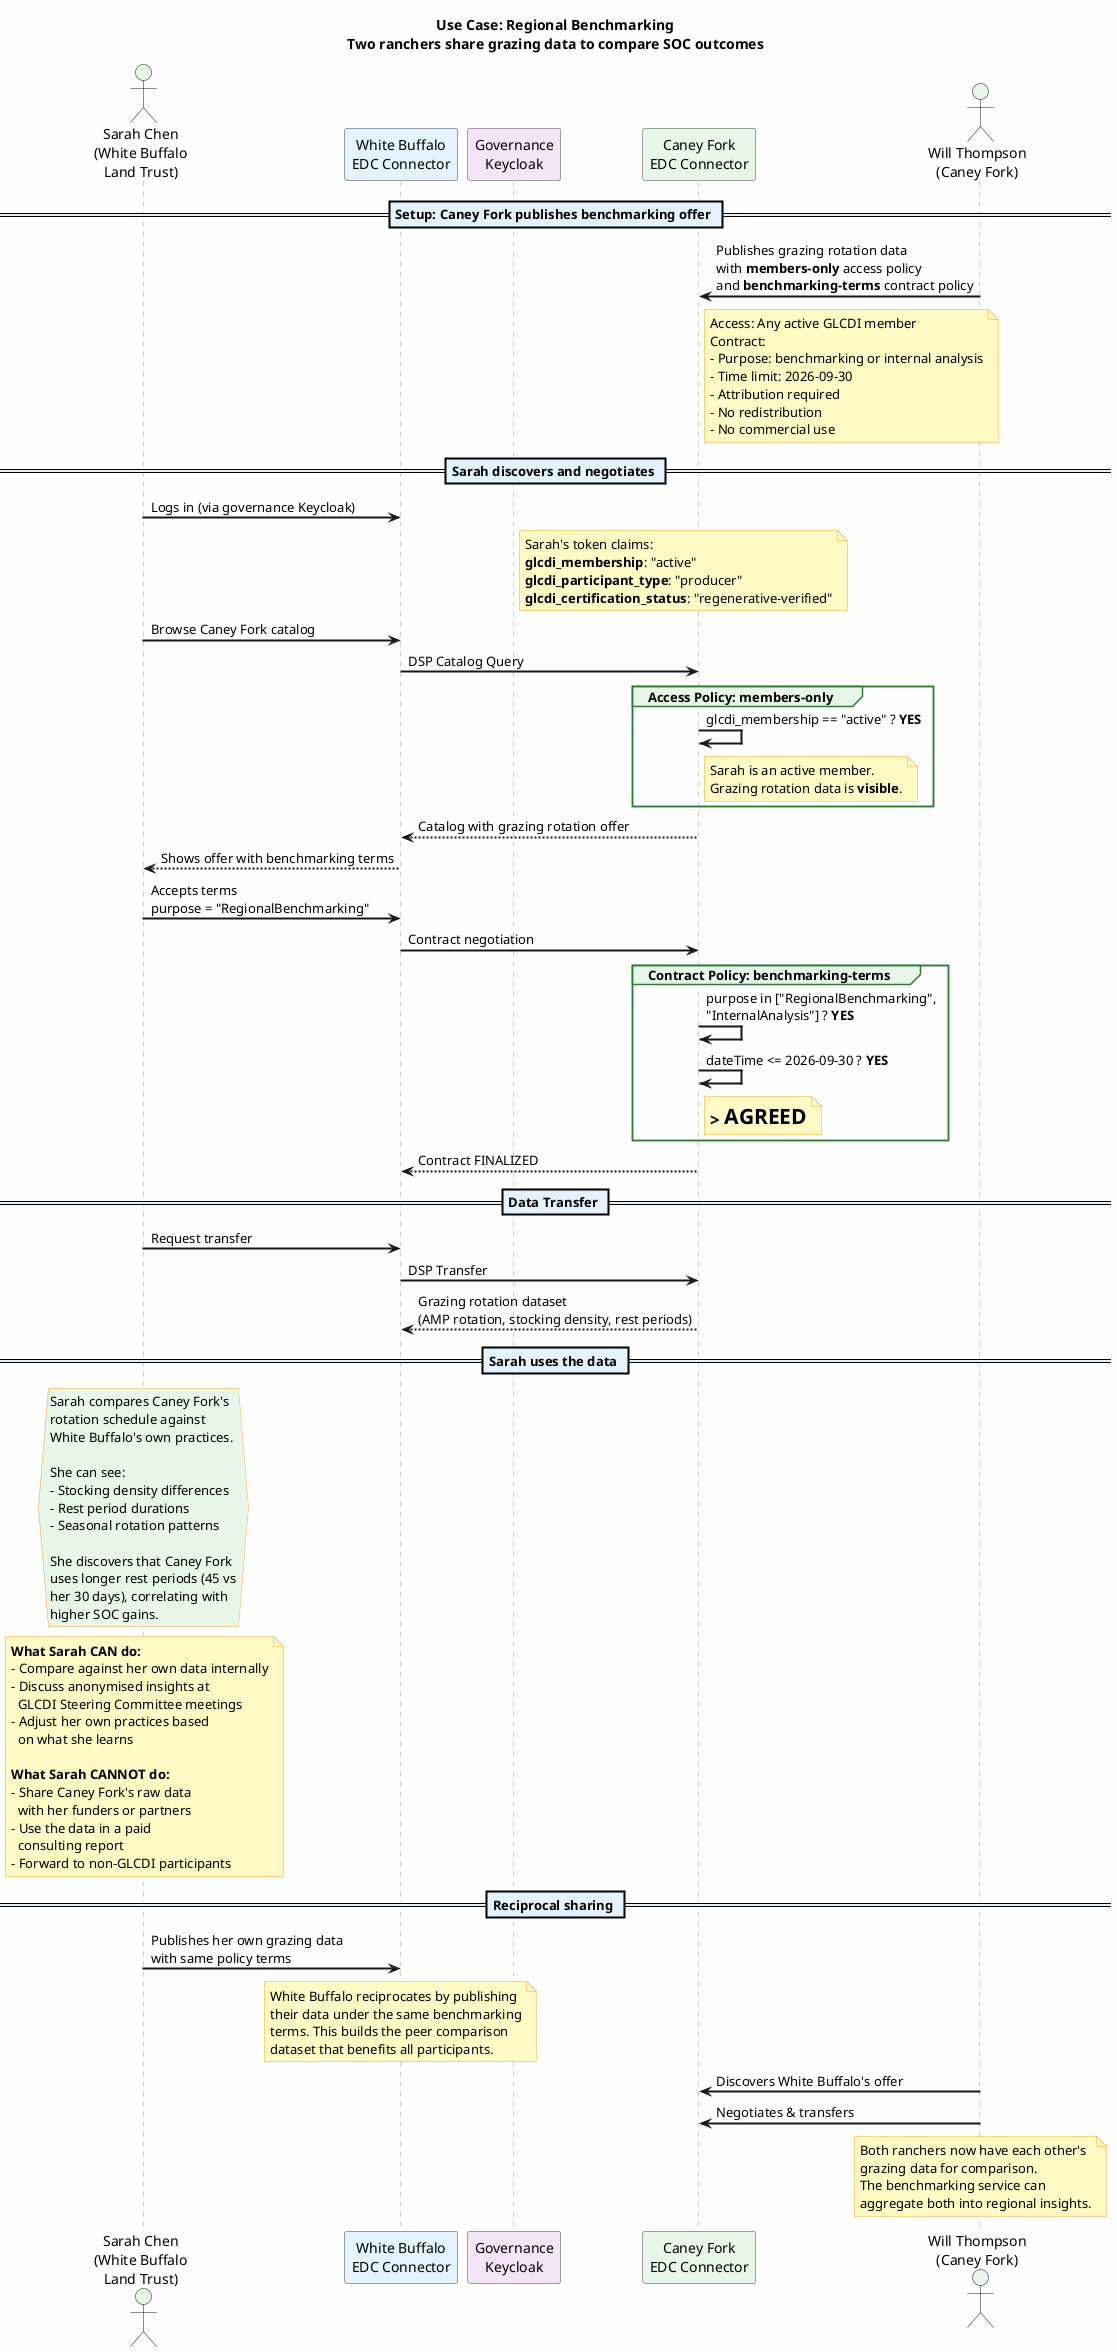
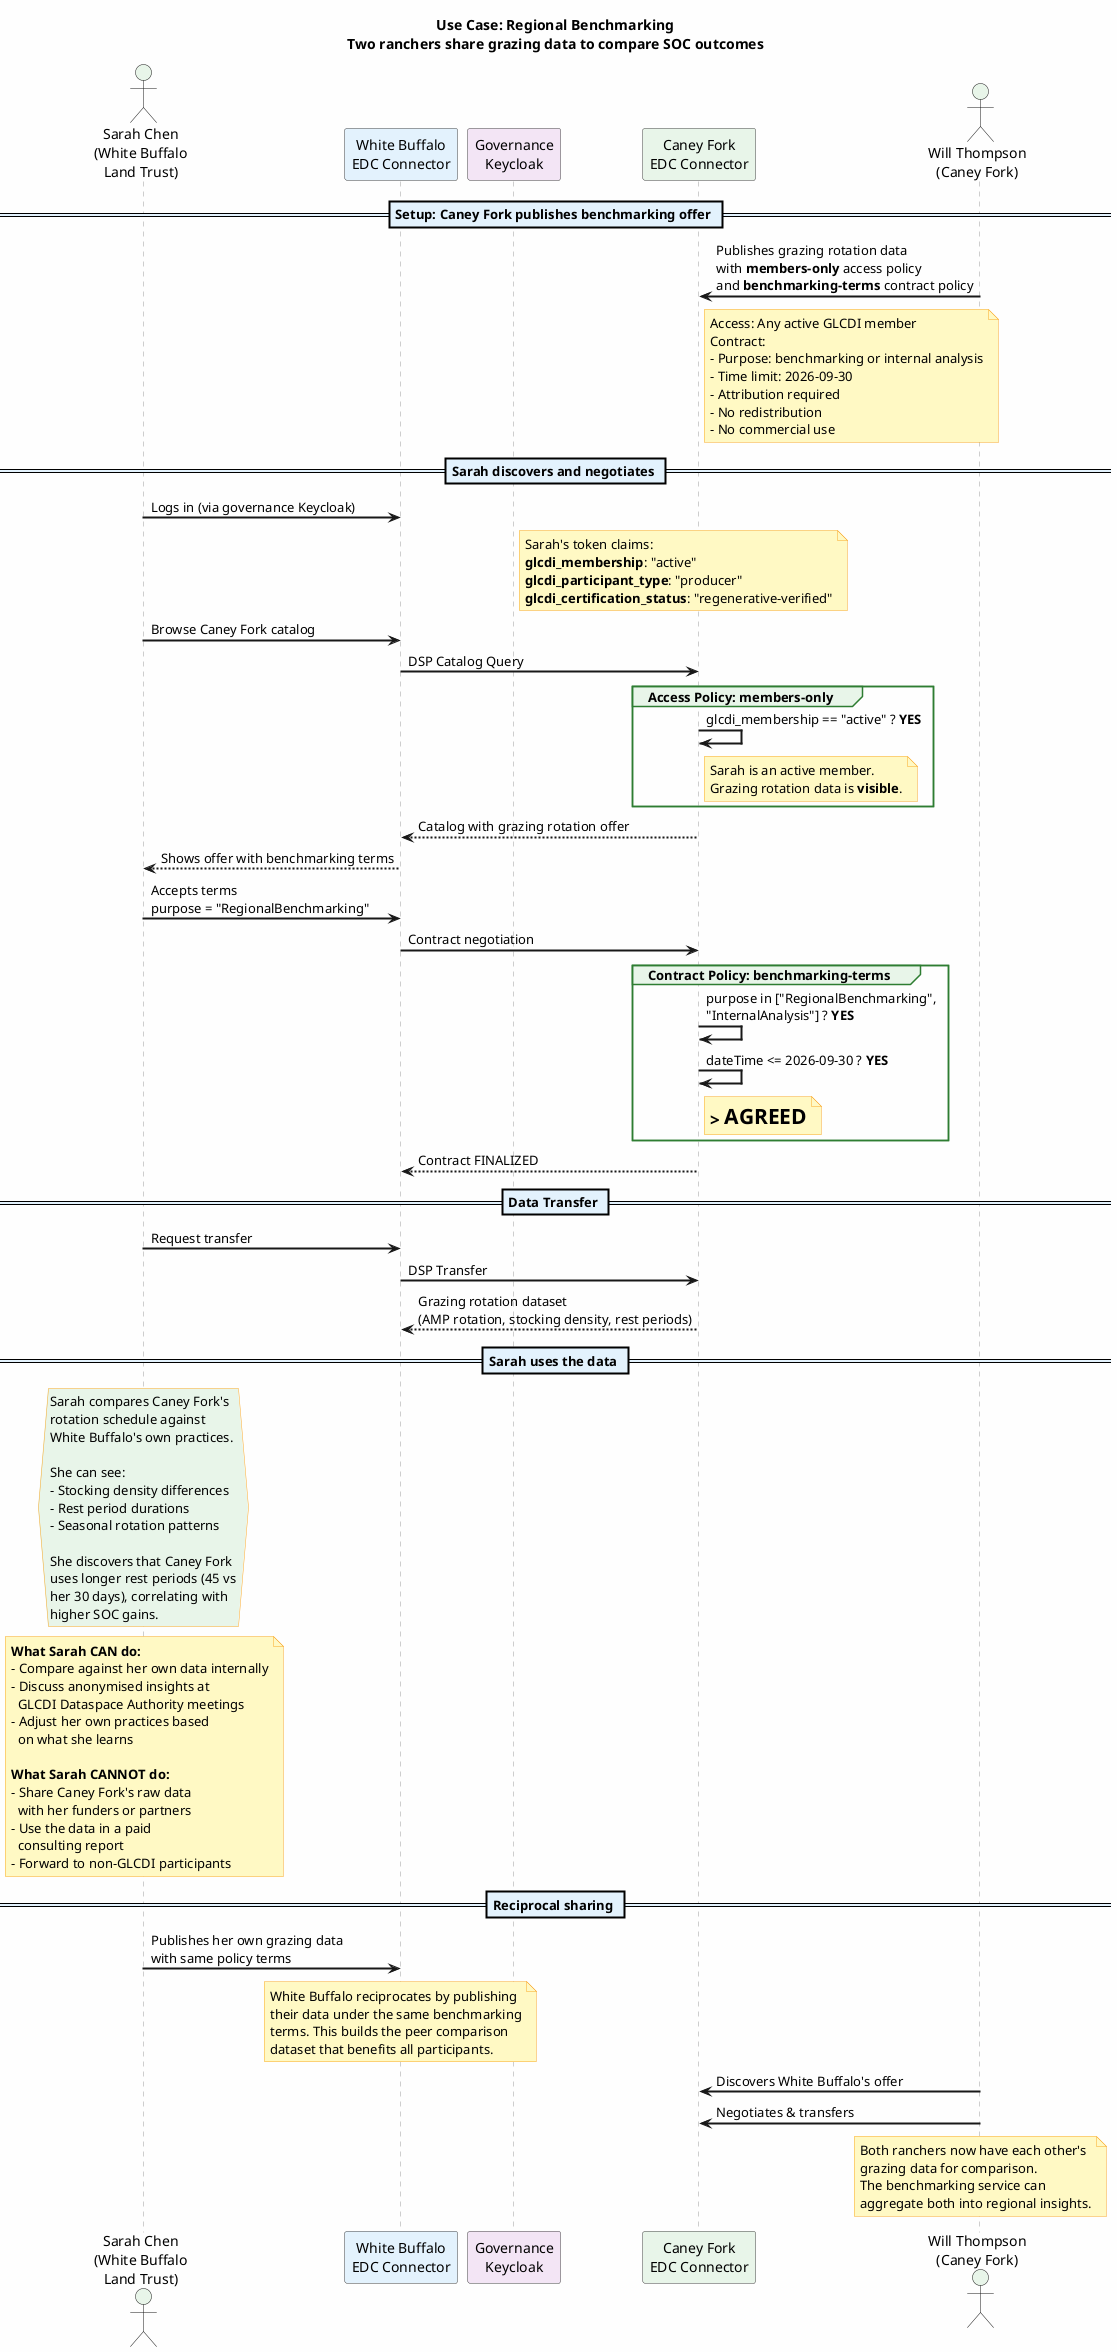
@startuml Rancher-to-Rancher Benchmarking
title **Use Case: Regional Benchmarking**\nTwo ranchers share grazing data to compare SOC outcomes

skinparam backgroundColor #FEFEFE
skinparam sequenceArrowThickness 2
skinparam sequenceParticipantBorderColor #424242
skinparam sequenceLifeLineBorderColor #9E9E9E
skinparam noteBackgroundColor #FFF9C4
skinparam noteBorderColor #F9A825
skinparam sequenceGroupBackgroundColor #E8F5E9
skinparam sequenceGroupBorderColor #2E7D32
skinparam sequenceDividerBackgroundColor #E3F2FD

actor "Sarah Chen\n(White Buffalo\nLand Trust)" as Sarah #E8F5E9
participant "White Buffalo\nEDC Connector" as WB_EDC #E3F2FD
participant "Governance\nKeycloak" as KC #F3E5F5
participant "Caney Fork\nEDC Connector" as CF_EDC #E8F5E9
actor "Will Thompson\n(Caney Fork)" as Will #E8F5E9

== Setup: Caney Fork publishes benchmarking offer ==

Will -> CF_EDC : Publishes grazing rotation data\nwith **members-only** access policy\nand **benchmarking-terms** contract policy
note right of CF_EDC
  Access: Any active GLCDI member
  Contract:
  - Purpose: benchmarking or internal analysis
  - Time limit: 2026-09-30
  - Attribution required
  - No redistribution
  - No commercial use
end note

== Sarah discovers and negotiates ==

Sarah -> WB_EDC : Logs in (via governance Keycloak)
note right of KC
  Sarah's token claims:
  **glcdi_membership**: "active"
  **glcdi_participant_type**: "producer"
  **glcdi_certification_status**: "regenerative-verified"
end note

Sarah -> WB_EDC : Browse Caney Fork catalog
WB_EDC -> CF_EDC : DSP Catalog Query

group Access Policy: members-only
  CF_EDC -> CF_EDC : glcdi_membership == "active" ? **YES**
  note right of CF_EDC
    Sarah is an active member.
    Grazing rotation data is **visible**.
  end note
end

CF_EDC --> WB_EDC : Catalog with grazing rotation offer
WB_EDC --> Sarah : Shows offer with benchmarking terms

Sarah -> WB_EDC : Accepts terms\npurpose = "RegionalBenchmarking"
WB_EDC -> CF_EDC : Contract negotiation

group Contract Policy: benchmarking-terms
  CF_EDC -> CF_EDC : purpose in ["RegionalBenchmarking",\n"InternalAnalysis"] ? **YES**
  CF_EDC -> CF_EDC : dateTime <= 2026-09-30 ? **YES**
  note right of CF_EDC
    => **AGREED**
  end note
end

CF_EDC --> WB_EDC : Contract FINALIZED

== Data Transfer ==

Sarah -> WB_EDC : Request transfer
WB_EDC -> CF_EDC : DSP Transfer
CF_EDC --> WB_EDC : Grazing rotation dataset\n(AMP rotation, stocking density, rest periods)

== Sarah uses the data ==

hnote over Sarah #E8F5E9
  Sarah compares Caney Fork's
  rotation schedule against
  White Buffalo's own practices.

  She can see:
  - Stocking density differences
  - Rest period durations
  - Seasonal rotation patterns

  She discovers that Caney Fork
  uses longer rest periods (45 vs
  her 30 days), correlating with
  higher SOC gains.
end hnote

note over Sarah
  **What Sarah CAN do:**
  - Compare against her own data internally
  - Discuss anonymised insights at
-     GLCDI Steering Committee meetings
+     GLCDI Dataspace Authority meetings
  - Adjust her own practices based
    on what she learns

  **What Sarah CANNOT do:**
  - Share Caney Fork's raw data
    with her funders or partners
  - Use the data in a paid
    consulting report
  - Forward to non-GLCDI participants
end note

== Reciprocal sharing ==

Sarah -> WB_EDC : Publishes her own grazing data\nwith same policy terms
note over WB_EDC
  White Buffalo reciprocates by publishing
  their data under the same benchmarking
  terms. This builds the peer comparison
  dataset that benefits all participants.
end note

Will -> CF_EDC : Discovers White Buffalo's offer
Will -> CF_EDC : Negotiates & transfers
note over Will
  Both ranchers now have each other's
  grazing data for comparison.
  The benchmarking service can
  aggregate both into regional insights.
end note

@enduml
